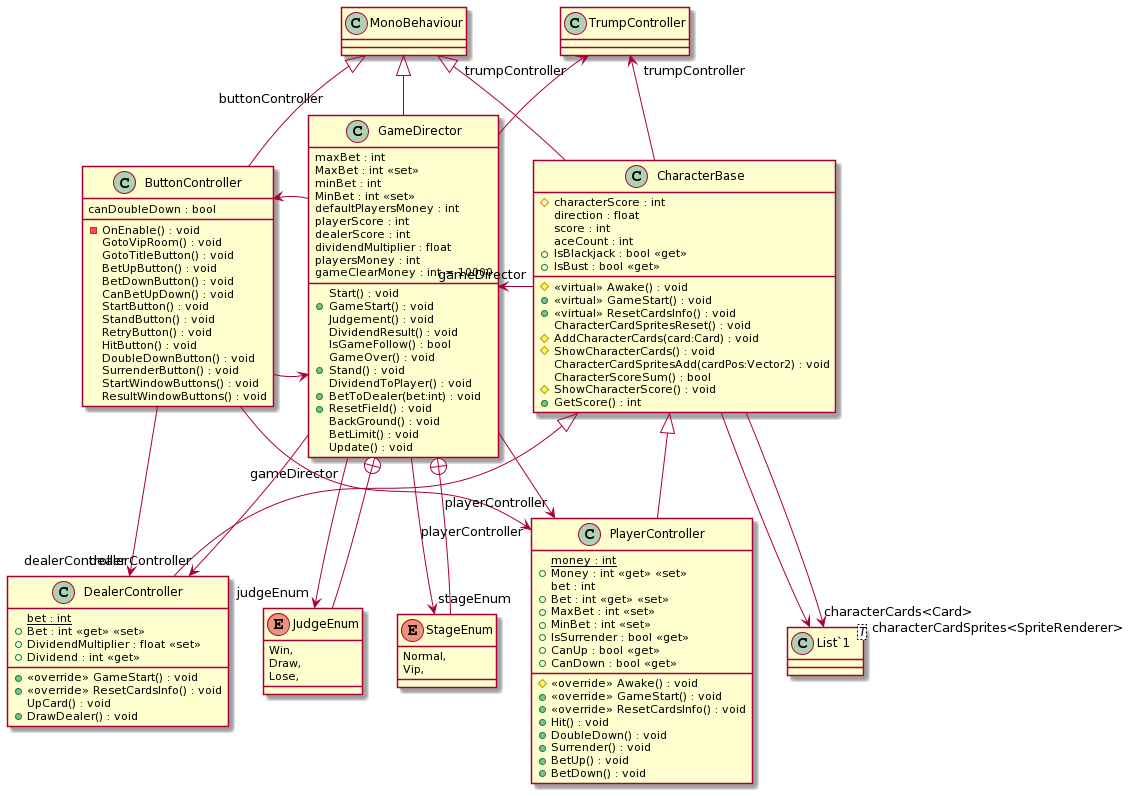
Above: out/plantuml/BlackjackAllclass/gameCore.png in ds202004gp/BlackjackUnity (PlantUML), before the change. The source it was exported from:
```plantuml
@startuml
class ButtonController {
    - OnEnable() : void
    GotoVipRoom() : void
    GotoTitleButton() : void
    BetUpButton() : void
    BetDownButton() : void
    CanBetUpDown() : void
    canDoubleDown : bool
    StartButton() : void
    StandButton() : void
    RetryButton() : void
    HitButton() : void
    DoubleDownButton() : void
    SurrenderButton() : void
    StartWindowButtons() : void
    ResultWindowButtons() : void
}
MonoBehaviour <|-- ButtonController
ButtonController -right-> "gameDirector" GameDirector
ButtonController --> "playerController" PlayerController
ButtonController --> "dealerController" DealerController
class CharacterBase {
    # characterScore : int
    direction : float
    # <<virtual>> Awake() : void
    + <<virtual>> GameStart() : void
    + <<virtual>> ResetCardsInfo() : void
    CharacterCardSpritesReset() : void
    # AddCharacterCards(card:Card) : void
    # ShowCharacterCards() : void
    CharacterCardSpritesAdd(cardPos:Vector2) : void
    score : int
    aceCount : int
    CharacterScoreSum() : bool
    + IsBlackjack : bool <<get>>
    + IsBust : bool <<get>>
    # ShowCharacterScore() : void
    + GetScore() : int
}
class "List`1"<T> {
}
MonoBehaviour <|-- CharacterBase
CharacterBase -left-> "gameDirector" GameDirector
CharacterBase --> "trumpController" TrumpController
CharacterBase --> "characterCards<Card>" "List`1"
CharacterBase --> "characterCardSprites<SpriteRenderer>" "List`1"

class DealerController {
    {static} bet : int
    + Bet : int <<get>> <<set>>
    + DividendMultiplier : float <<set>>
    + Dividend : int <<get>>
    + <<override>> GameStart() : void
    + <<override>> ResetCardsInfo() : void
    UpCard() : void
    + DrawDealer() : void
}
CharacterBase <|-- DealerController
class GameDirector {
    maxBet : int
    MaxBet : int <<set>>
    minBet : int
    MinBet : int <<set>>
    defaultPlayersMoney : int
    Start() : void
    + GameStart() : void
    playerScore : int
    dealerScore : int
    Judgement() : void
    dividendMultiplier : float
    DividendResult() : void
    playersMoney : int
    IsGameFollow() : bool
    GameOver() : void
    gameClearMoney : int = 10000
    + Stand() : void
    DividendToPlayer() : void
    + BetToDealer(bet:int) : void
    + ResetField() : void
    BackGround() : void
    BetLimit() : void
    Update() : void
}
enum JudgeEnum {
    Win,
    Draw,
    Lose,
}
enum StageEnum {
    Normal,
    Vip,
}
MonoBehaviour <|-- GameDirector
GameDirector -left-> "playerController" PlayerController
GameDirector -right-> "dealerController" DealerController
GameDirector -up-> "trumpController" TrumpController
GameDirector -left-> "buttonController" ButtonController
GameDirector --> "judgeEnum" JudgeEnum
GameDirector --> "stageEnum" StageEnum
GameDirector +-- JudgeEnum
GameDirector +-- StageEnum

class PlayerController {
    {static} money : int
    + Money : int <<get>> <<set>>
    bet : int
    + Bet : int <<get>> <<set>>
    + MaxBet : int <<set>>
    + MinBet : int <<set>>
    # <<override>> Awake() : void
    + <<override>> GameStart() : void
    + <<override>> ResetCardsInfo() : void
    + Hit() : void
    + DoubleDown() : void
    + IsSurrender : bool <<get>>
    + Surrender() : void
    + CanUp : bool <<get>>
    + CanDown : bool <<get>>
    + BetUp() : void
    + BetDown() : void
}
CharacterBase <|-down- PlayerController
@enduml
```
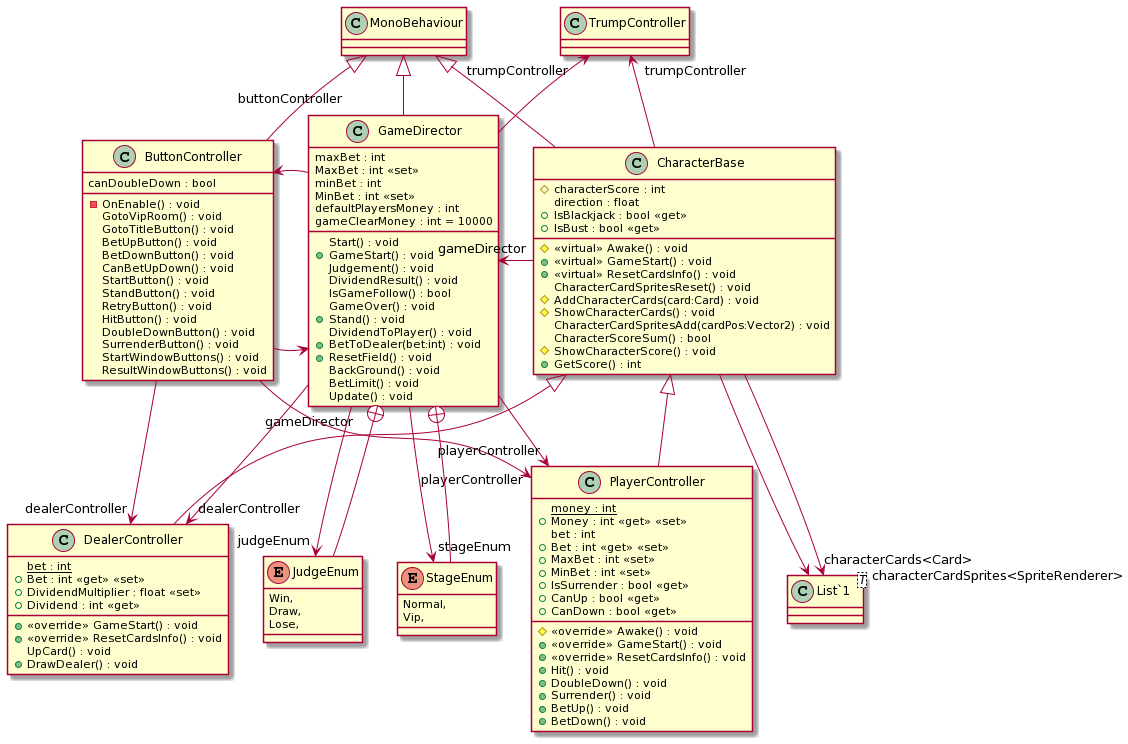
The same diagram one commit later.

Commit message:
クラス図修正

Change to the diagram source:
```diff
@@ -30,8 +30,6 @@
     # AddCharacterCards(card:Card) : void
     # ShowCharacterCards() : void
     CharacterCardSpritesAdd(cardPos:Vector2) : void
-    score : int
-    aceCount : int
     CharacterScoreSum() : bool
     + IsBlackjack : bool <<get>>
     + IsBust : bool <<get>>
@@ -65,12 +63,8 @@
     defaultPlayersMoney : int
     Start() : void
     + GameStart() : void
-    playerScore : int
-    dealerScore : int
     Judgement() : void
-    dividendMultiplier : float
     DividendResult() : void
-    playersMoney : int
     IsGameFollow() : bool
     GameOver() : void
     gameClearMoney : int = 10000
```
